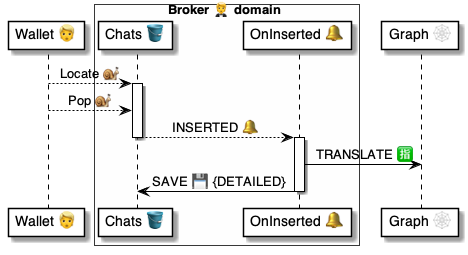
pollyweb-org/pollyweb-docs keeps this PlantUML diagram as 4 ⚙️ Solution/20 🧑‍🦰 UI/Brokers 🤵/🤵🪣 Broker tables/Chats 💬 table/🪣🔔 1 Inserted/🤵 OnChatInserted ⚙️ uml.png. Above is the earlier version. Its source is kept beside it as 4 ⚙️ Solution/20 🧑‍🦰 UI/Brokers 🤵/🤵🪣 Broker tables/Chats 💬 table/🪣🔔 1 Inserted/🤵 OnChatInserted ⚙️ uml.puml.
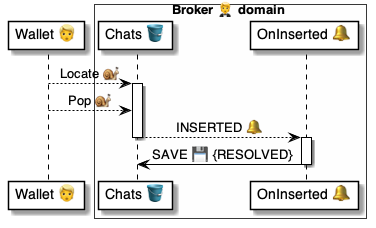
Later version of the same file.

What changed in the source:
```diff
@@ -7,7 +7,7 @@
     participant "OnInserted 🔔" as handler
 end box
 
-participant "Graph 🕸" as graph
+
 
 wallet --> table: Locate 🐌
 activate table
@@ -16,8 +16,7 @@
 deactivate table
 
 activate handler
-    handler -> graph: TRANSLATE 🈯
-    handler -> table: SAVE 💾 {DETAILED}
+    handler -> table: SAVE 💾 {RESOLVED}
 deactivate handler
 
 @enduml
```
